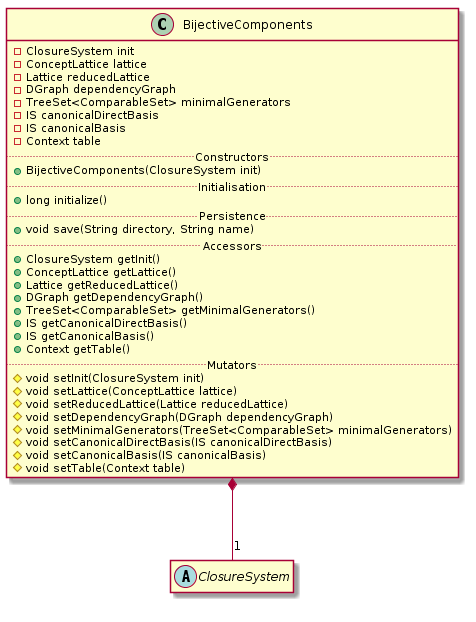
This is api/lattice/BijectiveComponents.png from EstrellaRL/java-lattices, a PlantUML export, as it was before one commit.
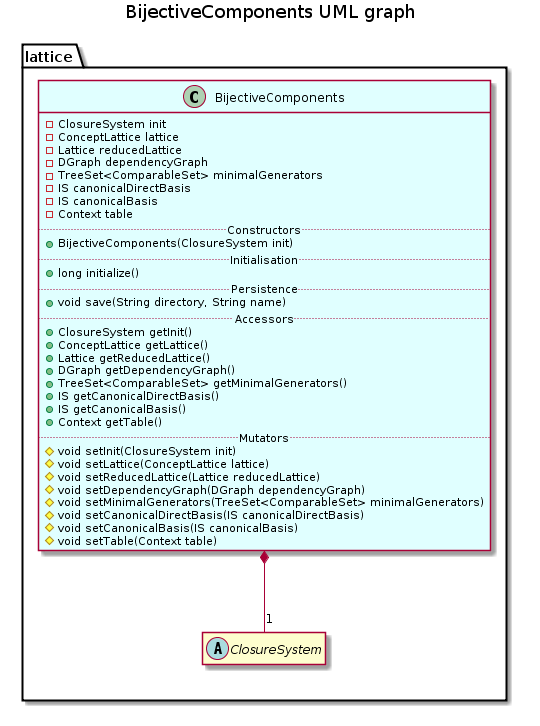
The same diagram one commit later.

The edit, as a diff of the source:
```diff
@@ -1,57 +1,60 @@
 @startuml BijectiveComponents.png
-class BijectiveComponents {
-    -ClosureSystem init
-    -ConceptLattice lattice
-    -Lattice reducedLattice
-    -DGraph dependencyGraph
-    -TreeSet<ComparableSet> minimalGenerators
-    -IS canonicalDirectBasis
-    -IS canonicalBasis
-    -Context table
-    .. Constructors ..
-    +BijectiveComponents(ClosureSystem init)
-    .. Initialisation ..
-    +long initialize()
-    .. Persistence ..
-    +void save(String directory, String name)
-    .. Accessors ..
-    +ClosureSystem getInit()
-    +ConceptLattice getLattice()
-    +Lattice getReducedLattice()
-    +DGraph getDependencyGraph()
-    +TreeSet<ComparableSet> getMinimalGenerators()
-    +IS getCanonicalDirectBasis()
-    +IS getCanonicalBasis()
-    +Context getTable()
-    .. Mutators ..
-    #void setInit(ClosureSystem init)
-    #void setLattice(ConceptLattice lattice)
-    #void setReducedLattice(Lattice reducedLattice)
-    #void setDependencyGraph(DGraph dependencyGraph)
-    #void setMinimalGenerators(TreeSet<ComparableSet> minimalGenerators)
-    #void setCanonicalDirectBasis(IS canonicalDirectBasis)
-    #void setCanonicalBasis(IS canonicalBasis)
-    #void setTable(Context table)
+package lattice {
+    class BijectiveComponents {
+        -ClosureSystem init
+        -ConceptLattice lattice
+        -Lattice reducedLattice
+        -DGraph dependencyGraph
+        -TreeSet<ComparableSet> minimalGenerators
+        -IS canonicalDirectBasis
+        -IS canonicalBasis
+        -Context table
+        .. Constructors ..
+        +BijectiveComponents(ClosureSystem init)
+        .. Initialisation ..
+        +long initialize()
+        .. Persistence ..
+        +void save(String directory, String name)
+        .. Accessors ..
+        +ClosureSystem getInit()
+        +ConceptLattice getLattice()
+        +Lattice getReducedLattice()
+        +DGraph getDependencyGraph()
+        +TreeSet<ComparableSet> getMinimalGenerators()
+        +IS getCanonicalDirectBasis()
+        +IS getCanonicalBasis()
+        +Context getTable()
+        .. Mutators ..
+        #void setInit(ClosureSystem init)
+        #void setLattice(ConceptLattice lattice)
+        #void setReducedLattice(Lattice reducedLattice)
+        #void setDependencyGraph(DGraph dependencyGraph)
+        #void setMinimalGenerators(TreeSet<ComparableSet> minimalGenerators)
+        #void setCanonicalDirectBasis(IS canonicalDirectBasis)
+        #void setCanonicalBasis(IS canonicalBasis)
+        #void setTable(Context table)
+    }
+
+    BijectiveComponents *-- "1" ClosureSystem
 }
+package lattice {
+    class ClosureSystem {
+        +{abstract} TreeSet<Comparable> getSet()
+        +{abstract} TreeSet<Comparable> closure(TreeSet<Comparable> set)
+        +{abstract} void toFile(String file)
 
-BijectiveComponents *-- "1" ClosureSystem
+        +ConceptLattice closedSetLattice(boolean  diagram)
+        +Vector<Concept> allClosures()
+        +Concept nextClosure(Concept cl)
+        +DGraph precedenceGraph()
+        +TreeMap<Object, TreeSet> getReducibleElements()
+    }
 
-class ClosureSystem {
-    +{abstract} TreeSet<Comparable> getSet()
-    +{abstract} TreeSet<Comparable> closure(TreeSet<Comparable> set)
-    +{abstract} void toFile(String file)
-
-    +ConceptLattice closedSetLattice(boolean  diagram)
-    +Vector<Concept> allClosures()
-    +Concept nextClosure(Concept cl)
-    +DGraph precedenceGraph()
-    +TreeMap<Object, TreeSet> getReducibleElements()
+    abstract class ClosureSystem
 }
-
-abstract class ClosureSystem
-
-
 
  hide members
  show BijectiveComponents members
+ class BijectiveComponents #LightCyan
+ title BijectiveComponents UML graph
 @enduml
```
